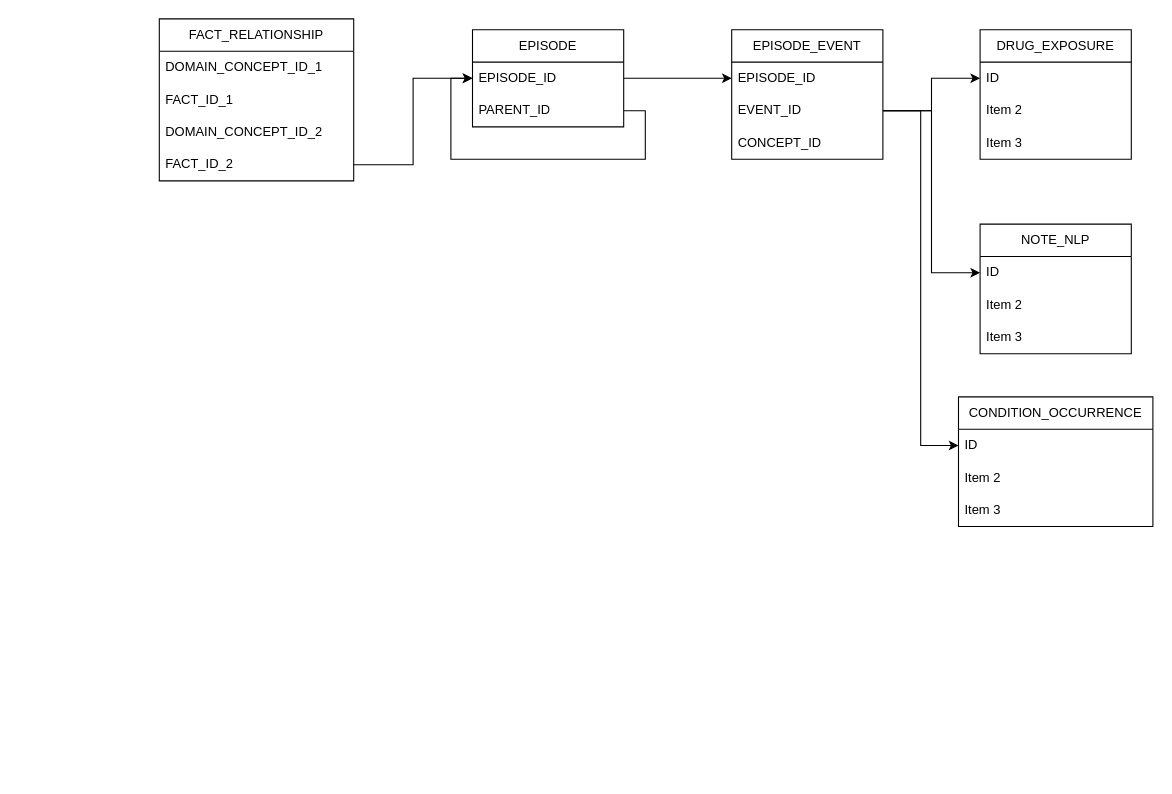
Above: page "Timeline Items" (2 of 2) of R21 PSKB Usage of OMOP tables.drawio in ntimkovich/UAB-II-Diagrams (draw.io), before the change. Source tidied: cells renumbered, new cells numbered last; positions are measured from the earlier drawing's top-left corner, leaving out a move shared by most shapes. Both pictures are drawn from the tidied source at 108%, with x=0, y=0 at pixel (159, 18).
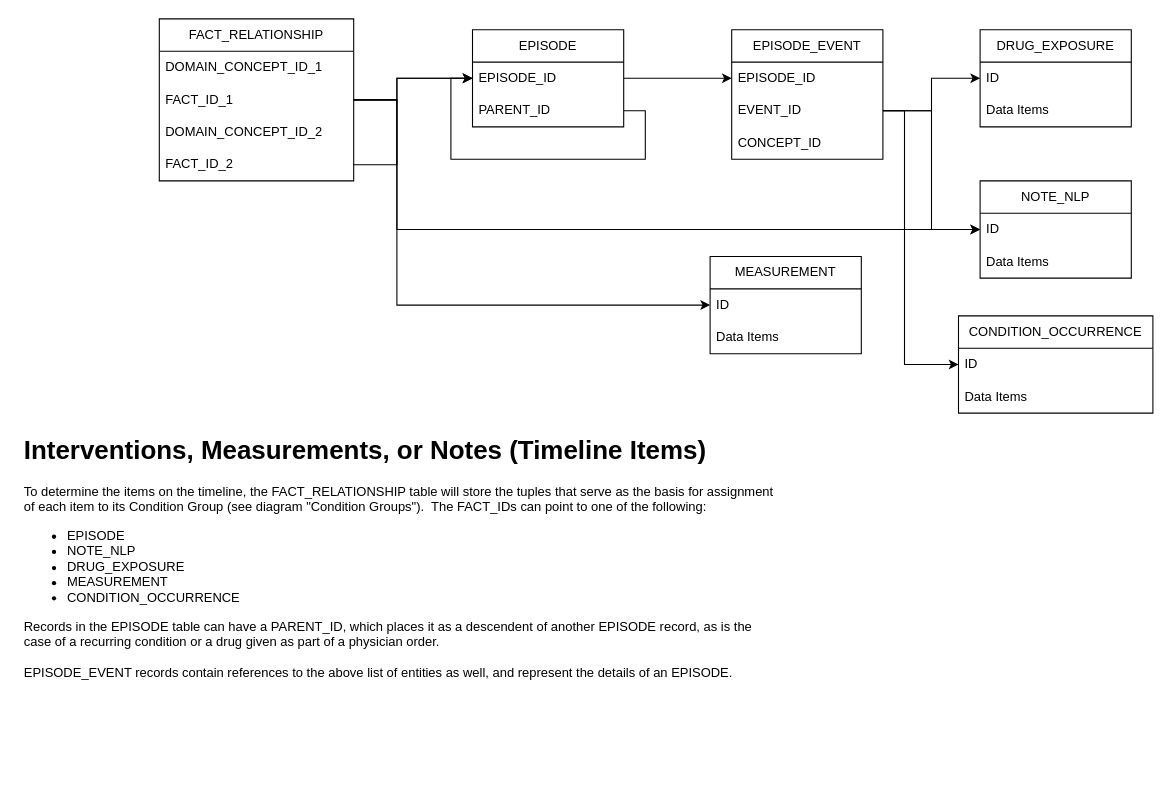
After the change.

Commit message (it also covers changes not shown here):
New diagram for Timeline Items.  Establishment of "Condition Groups" in diagrams.

Unchanged cells that the change refers to:
```xml
<mxCell id="4" value="FACT_ID_1" style="text;strokeColor=none;fillColor=none;align=left;verticalAlign=middle;spacingLeft=4;spacingRight=4;overflow=hidden;points=[[0,0.5],[1,0.5]];portConstraint=eastwest;whiteSpace=wrap;html=1;" parent="2" vertex="1">
  <mxGeometry y="60" width="180" height="30" as="geometry" />
</mxCell>
<mxCell id="6" value="FACT_ID_2" style="text;strokeColor=none;fillColor=none;align=left;verticalAlign=middle;spacingLeft=4;spacingRight=4;overflow=hidden;points=[[0,0.5],[1,0.5]];portConstraint=eastwest;whiteSpace=wrap;html=1;" parent="2" vertex="1">
  <mxGeometry y="120" width="180" height="30" as="geometry" />
</mxCell>
<mxCell id="9" value="EVENT_ID" style="text;strokeColor=none;fillColor=none;align=left;verticalAlign=middle;spacingLeft=4;spacingRight=4;overflow=hidden;points=[[0,0.5],[1,0.5]];portConstraint=eastwest;whiteSpace=wrap;html=1;" parent="7" vertex="1">
  <mxGeometry y="60" width="140" height="30" as="geometry" />
</mxCell>
<mxCell id="16" value="ID" style="text;strokeColor=none;fillColor=none;align=left;verticalAlign=middle;spacingLeft=4;spacingRight=4;overflow=hidden;points=[[0,0.5],[1,0.5]];portConstraint=eastwest;whiteSpace=wrap;html=1;" parent="15" vertex="1">
  <mxGeometry y="30" width="140" height="30" as="geometry" />
</mxCell>
<mxCell id="20" value="ID" style="text;strokeColor=none;fillColor=none;align=left;verticalAlign=middle;spacingLeft=4;spacingRight=4;overflow=hidden;points=[[0,0.5],[1,0.5]];portConstraint=eastwest;whiteSpace=wrap;html=1;" parent="19" vertex="1">
  <mxGeometry y="30" width="180" height="30" as="geometry" />
</mxCell>
<mxCell id="27" value="EPISODE_ID" style="text;strokeColor=none;fillColor=none;align=left;verticalAlign=middle;spacingLeft=4;spacingRight=4;overflow=hidden;points=[[0,0.5],[1,0.5]];portConstraint=eastwest;whiteSpace=wrap;html=1;" parent="26" vertex="1">
  <mxGeometry y="30" width="140" height="30" as="geometry" />
</mxCell>
```

Diff of the diagram source:
```diff
@@
     <mxCell id="11" value="DRUG_EXPOSURE" style="swimlane;fontStyle=0;horizontal=1;startSize=30;whiteSpace=wrap;html=1;" parent="1" vertex="1">
-      <mxGeometry x="760" y="10" width="140" height="120" as="geometry" />
+      <mxGeometry x="760" y="10" width="140" height="90" as="geometry" />
     </mxCell>
@@
-    <mxCell id="13" value="Item 2" style="text;strokeColor=none;fillColor=none;align=left;verticalAlign=middle;spacingLeft=4;spacingRight=4;overflow=hidden;whiteSpace=wrap;html=1;" parent="11" vertex="1">
+    <mxCell id="13" value="Data Items" style="text;strokeColor=none;fillColor=none;align=left;verticalAlign=middle;spacingLeft=4;spacingRight=4;overflow=hidden;whiteSpace=wrap;html=1;" parent="11" vertex="1">
       <mxGeometry y="60" width="140" height="30" as="geometry" />
     </mxCell>
-    <mxCell id="14" value="Item 3" style="text;strokeColor=none;fillColor=none;align=left;verticalAlign=middle;spacingLeft=4;spacingRight=4;overflow=hidden;whiteSpace=wrap;html=1;" parent="11" vertex="1">
-      <mxGeometry y="90" width="140" height="30" as="geometry" />
-    </mxCell>
     <mxCell id="15" value="NOTE_NLP" style="swimlane;fontStyle=0;horizontal=1;startSize=30;whiteSpace=wrap;html=1;" parent="1" vertex="1">
-      <mxGeometry x="760" y="190" width="140" height="120" as="geometry" />
+      <mxGeometry x="760" y="150" width="140" height="90" as="geometry" />
     </mxCell>
@@
-    <mxCell id="17" value="Item 2" style="text;strokeColor=none;fillColor=none;align=left;verticalAlign=middle;spacingLeft=4;spacingRight=4;overflow=hidden;whiteSpace=wrap;html=1;" parent="15" vertex="1">
+    <mxCell id="17" value="Data Items" style="text;strokeColor=none;fillColor=none;align=left;verticalAlign=middle;spacingLeft=4;spacingRight=4;overflow=hidden;whiteSpace=wrap;html=1;" parent="15" vertex="1">
       <mxGeometry y="60" width="140" height="30" as="geometry" />
     </mxCell>
-    <mxCell id="18" value="Item 3" style="text;strokeColor=none;fillColor=none;align=left;verticalAlign=middle;spacingLeft=4;spacingRight=4;overflow=hidden;whiteSpace=wrap;html=1;" parent="15" vertex="1">
-      <mxGeometry y="90" width="140" height="30" as="geometry" />
-    </mxCell>
     <mxCell id="19" value="CONDITION_OCCURRENCE" style="swimlane;fontStyle=0;horizontal=1;startSize=30;whiteSpace=wrap;html=1;" parent="1" vertex="1">
-      <mxGeometry x="740" y="350" width="180" height="120" as="geometry" />
+      <mxGeometry x="740" y="275" width="180" height="90" as="geometry" />
     </mxCell>
@@
-    <mxCell id="21" value="Item 2" style="text;strokeColor=none;fillColor=none;align=left;verticalAlign=middle;spacingLeft=4;spacingRight=4;overflow=hidden;whiteSpace=wrap;html=1;" parent="19" vertex="1">
+    <mxCell id="21" value="Data Items" style="text;strokeColor=none;fillColor=none;align=left;verticalAlign=middle;spacingLeft=4;spacingRight=4;overflow=hidden;whiteSpace=wrap;html=1;" parent="19" vertex="1">
       <mxGeometry y="60" width="180" height="30" as="geometry" />
     </mxCell>
-    <mxCell id="22" value="Item 3" style="text;strokeColor=none;fillColor=none;align=left;verticalAlign=middle;spacingLeft=4;spacingRight=4;overflow=hidden;whiteSpace=wrap;html=1;" parent="19" vertex="1">
-      <mxGeometry y="90" width="180" height="30" as="geometry" />
-    </mxCell>
@@
     <mxCell id="25" style="edgeStyle=orthogonalEdgeStyle;rounded=0;jettySize=auto;html=1;exitX=1;exitY=0.5;exitDx=0;exitDy=0;entryX=0;entryY=0.5;entryDx=0;entryDy=0;" parent="1" edge="1" source="9" target="20">
-      <mxGeometry relative="1" as="geometry" />
+      <mxGeometry relative="1" as="geometry">
+        <Array as="points">
+          <mxPoint x="690" y="85" />
+          <mxPoint x="690" y="320" />
+        </Array>
+      </mxGeometry>
     </mxCell>
@@
     <mxCell id="30" style="edgeStyle=orthogonalEdgeStyle;rounded=0;jettySize=auto;html=1;exitX=1;exitY=0.5;exitDx=0;exitDy=0;entryX=0;entryY=0.5;entryDx=0;entryDy=0;" parent="1" edge="1" source="6" target="27">
-      <mxGeometry relative="1" as="geometry" />
+      <mxGeometry relative="1" as="geometry">
+        <Array as="points">
+          <mxPoint x="220" y="135" />
+          <mxPoint x="220" y="55" />
+        </Array>
+      </mxGeometry>
     </mxCell>
@@
+    <mxCell id="32" style="edgeStyle=orthogonalEdgeStyle;rounded=0;jettySize=auto;html=1;exitX=1;exitY=0.5;exitDx=0;exitDy=0;entryX=0;entryY=0.5;entryDx=0;entryDy=0;" parent="1" edge="1" source="4" target="27">
+      <mxGeometry relative="1" as="geometry">
+        <Array as="points">
+          <mxPoint x="220" y="75" />
+          <mxPoint x="220" y="55" />
+        </Array>
+      </mxGeometry>
+    </mxCell>
+    <mxCell id="33" style="edgeStyle=orthogonalEdgeStyle;rounded=0;jettySize=auto;html=1;exitX=1;exitY=0.5;exitDx=0;exitDy=0;entryX=0;entryY=0.5;entryDx=0;entryDy=0;" parent="1" edge="1" source="4" target="16">
+      <mxGeometry relative="1" as="geometry">
+        <Array as="points">
+          <mxPoint x="220" y="75" />
+          <mxPoint x="220" y="195" />
+        </Array>
+      </mxGeometry>
+    </mxCell>
+    <mxCell id="34" value="MEASUREMENT" style="swimlane;fontStyle=0;horizontal=1;startSize=30;whiteSpace=wrap;html=1;" parent="1" vertex="1">
+      <mxGeometry x="510" y="220" width="140" height="90" as="geometry" />
+    </mxCell>
+    <mxCell id="35" value="ID" style="text;strokeColor=none;fillColor=none;align=left;verticalAlign=middle;spacingLeft=4;spacingRight=4;overflow=hidden;points=[[0,0.5],[1,0.5]];portConstraint=eastwest;whiteSpace=wrap;html=1;" parent="34" vertex="1">
+      <mxGeometry y="30" width="140" height="30" as="geometry" />
+    </mxCell>
+    <mxCell id="36" value="Data Items" style="text;strokeColor=none;fillColor=none;align=left;verticalAlign=middle;spacingLeft=4;spacingRight=4;overflow=hidden;whiteSpace=wrap;html=1;" parent="34" vertex="1">
+      <mxGeometry y="60" width="140" height="30" as="geometry" />
+    </mxCell>
+    <mxCell id="37" style="edgeStyle=orthogonalEdgeStyle;rounded=0;jettySize=auto;html=1;exitX=1;exitY=0.5;exitDx=0;exitDy=0;entryX=0;entryY=0.5;entryDx=0;entryDy=0;" parent="1" edge="1" source="4" target="35">
+      <mxGeometry relative="1" as="geometry">
+        <Array as="points">
+          <mxPoint x="220" y="75" />
+          <mxPoint x="220" y="265" />
+        </Array>
+      </mxGeometry>
+    </mxCell>
+    <mxCell id="38" value="&lt;h1&gt;Interventions, Measurements, or Notes (Timeline Items)&lt;/h1&gt;&lt;p&gt;To determine the items on the timeline, the FACT_RELATIONSHIP table will store the tuples that serve as the basis for assignment of each item to its Condition Group (see diagram &quot;Condition Groups&quot;).&amp;nbsp; The FACT_IDs can point to one of the following:&lt;/p&gt;&lt;p&gt;&lt;/p&gt;&lt;ul&gt;&lt;li&gt;EPISODE&lt;/li&gt;&lt;li&gt;NOTE_NLP&lt;/li&gt;&lt;li&gt;DRUG_EXPOSURE&lt;/li&gt;&lt;li&gt;MEASUREMENT&lt;/li&gt;&lt;li&gt;CONDITION_OCCURRENCE&lt;/li&gt;&lt;/ul&gt;&lt;div&gt;Records in the EPISODE table can have a PARENT_ID, which places it as a descendent of another EPISODE record, as is the case of a recurring condition or a drug given as part of a physician order.&lt;/div&gt;&lt;div&gt;&lt;br&gt;&lt;/div&gt;&lt;div&gt;EPISODE_EVENT records contain references to the above list of entities as well, and represent the details of an EPISODE.&lt;/div&gt;&lt;p&gt;&lt;/p&gt;" style="text;html=1;strokeColor=none;fillColor=none;spacing=5;spacingTop=-20;whiteSpace=wrap;overflow=hidden;rounded=0;" parent="1" vertex="1">
+      <mxGeometry x="-130" y="380" width="710" height="320" as="geometry" />
+    </mxCell>
```
